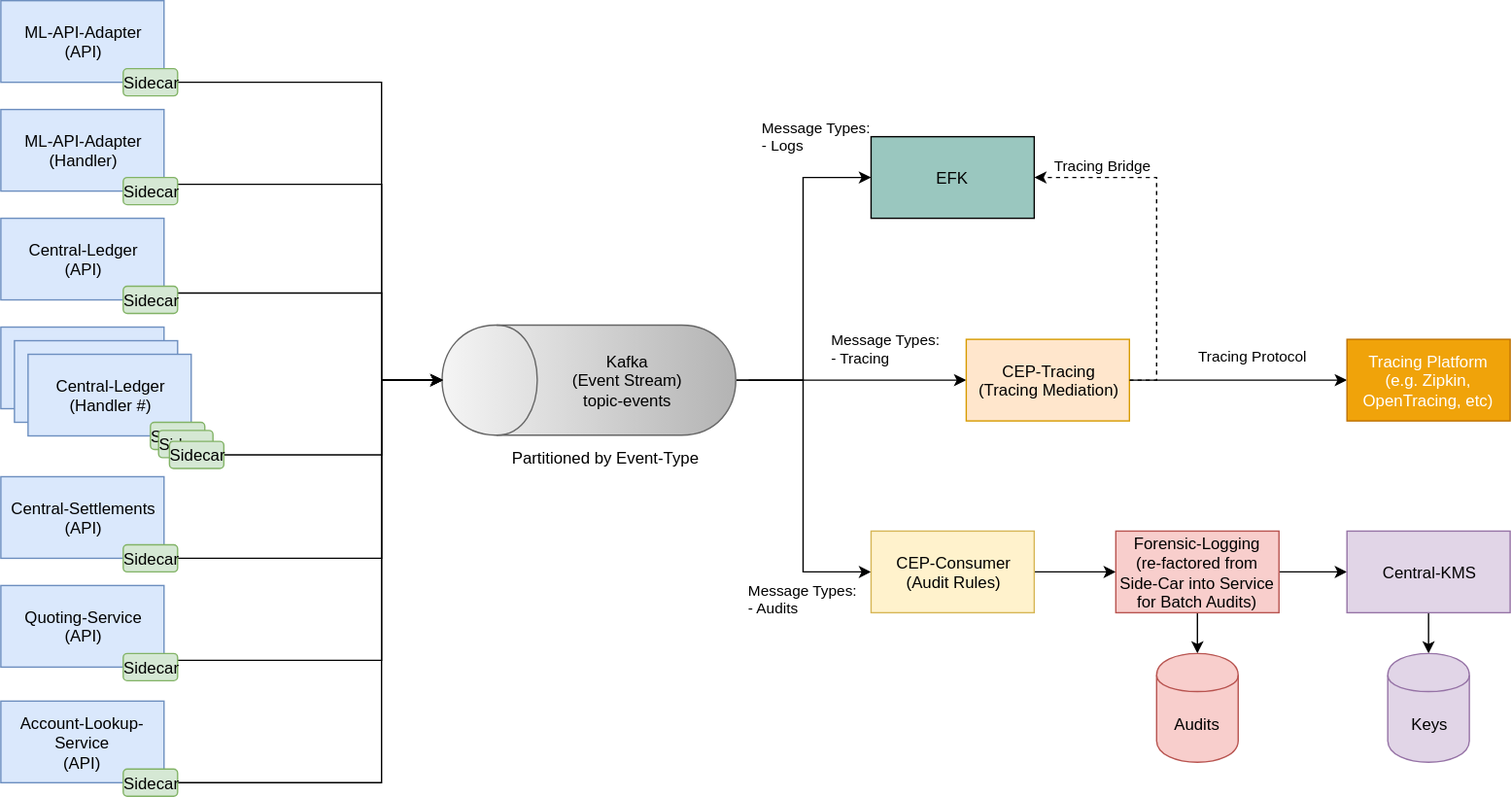
Before: mojaloop-technical-overview/event-framework/assets/diagrams/architecture/architecture-event-framework.svg, a diagram exported from draw.io (mojaloop/documentation). Source tidied: cells renumbered, new cells last; positions are measured from the earlier drawing's top-left corner, leaving out a move shared by most shapes.
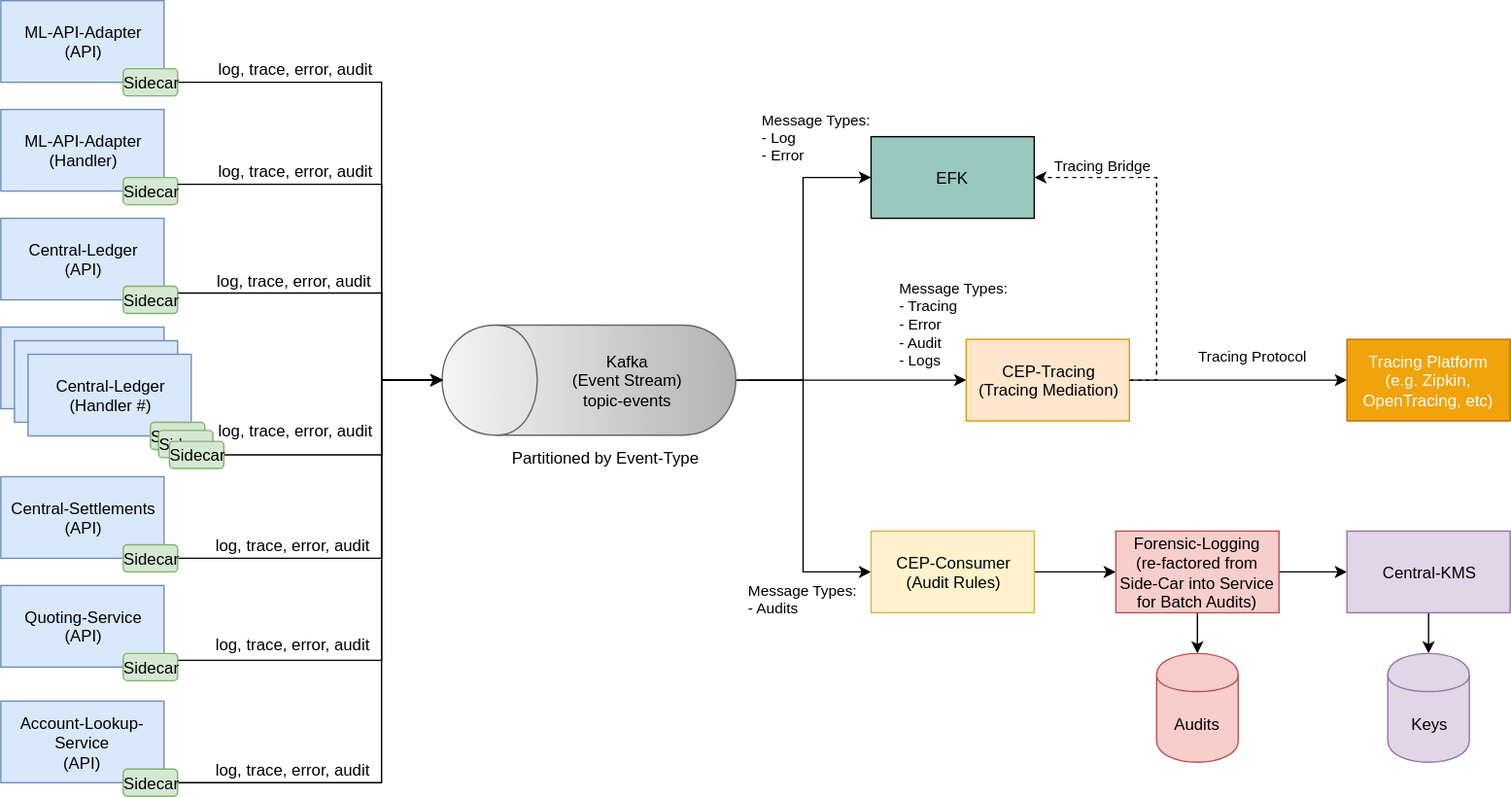
The same file after the commit.

Commit message:
updated event arch

The edit, as a diff of the source:
```diff
@@ -40,7 +40,7 @@
     <mxCell id="12" value="&lt;div style=&quot;text-align: left&quot;&gt;Message Types:&lt;/div&gt;&lt;div style=&quot;text-align: left&quot;&gt;- Audits&lt;/div&gt;" style="edgeStyle=orthogonalEdgeStyle;rounded=0;jettySize=auto;html=1;exitX=0.5;exitY=1;exitDx=0;exitDy=0;entryX=0;entryY=0.5;entryDx=0;entryDy=0;" parent="1" edge="1" source="16" target="39">
       <mxGeometry x="0.58" y="-20" relative="1" as="geometry" />
     </mxCell>
-    <mxCell id="13" value="&lt;div style=&quot;text-align: left&quot;&gt;Message Types:&lt;/div&gt;&lt;div style=&quot;text-align: left&quot;&gt;- Logs&lt;/div&gt;" style="edgeStyle=orthogonalEdgeStyle;rounded=0;jettySize=auto;html=1;exitX=0.5;exitY=1;exitDx=0;exitDy=0;entryX=0;entryY=0.5;entryDx=0;entryDy=0;" parent="1" edge="1" source="16" target="41">
+    <mxCell id="13" value="&lt;div style=&quot;text-align: left&quot;&gt;Message Types:&lt;/div&gt;&lt;div style=&quot;text-align: left&quot;&gt;- Log&lt;/div&gt;&lt;div style=&quot;text-align: left&quot;&gt;- Error&lt;/div&gt;" style="edgeStyle=orthogonalEdgeStyle;rounded=0;jettySize=auto;html=1;exitX=0.5;exitY=1;exitDx=0;exitDy=0;entryX=0;entryY=0.5;entryDx=0;entryDy=0;" parent="1" edge="1" source="16" target="41">
       <mxGeometry x="0.68" y="30" relative="1" as="geometry">
         <Array as="points">
           <mxPoint x="590" y="279" />
@@ -143,19 +143,6 @@
     <mxCell id="33" value="Sidecar" style="rounded=1;whiteSpace=wrap;html=1;fillColor=#d5e8d4;strokeColor=#82b366;" parent="1" vertex="1">
       <mxGeometry x="90" y="210" width="40" height="20" as="geometry" />
     </mxCell>
-    <mxCell id="34" style="edgeStyle=orthogonalEdgeStyle;rounded=0;jettySize=auto;html=1;exitX=1;exitY=0.25;exitDx=0;exitDy=0;entryX=0.5;entryY=0;entryDx=0;entryDy=0;" parent="1" edge="1" source="36" target="16">
-      <mxGeometry relative="1" as="geometry">
-        <Array as="points">
-          <mxPoint x="280" y="135" />
-          <mxPoint x="280" y="279" />
-        </Array>
-      </mxGeometry>
-    </mxCell>
-    <mxCell id="35" value="&lt;div style=&quot;text-align: left ; font-size: 8px&quot;&gt;&lt;br&gt;&lt;/div&gt;" style="text;html=1;align=center;verticalAlign=middle;labelBackgroundColor=#ffffff;" parent="34" vertex="1">
-      <mxGeometry x="-0.72" y="2" relative="1" as="geometry">
-        <mxPoint x="-8" y="-13" as="offset" />
-      </mxGeometry>
-    </mxCell>
     <mxCell id="36" value="Sidecar" style="rounded=1;whiteSpace=wrap;html=1;fillColor=#d5e8d4;strokeColor=#82b366;" parent="1" vertex="1">
       <mxGeometry x="90" y="130" width="40" height="20" as="geometry" />
     </mxCell>
@@ -206,9 +193,9 @@
     <mxCell id="51" value="CEP-Tracing&lt;br&gt;(Tracing Mediation)&lt;br&gt;" style="rounded=0;whiteSpace=wrap;html=1;fillColor=#ffe6cc;strokeColor=#d79b00;" parent="1" vertex="1">
       <mxGeometry x="710" y="249" width="120" height="60" as="geometry" />
     </mxCell>
-    <mxCell id="52" value="&lt;div style=&quot;text-align: left ; font-size: 11px&quot;&gt;&lt;font style=&quot;font-size: 11px&quot;&gt;Message Types:&lt;/font&gt;&lt;/div&gt;&lt;div style=&quot;text-align: left ; font-size: 11px&quot;&gt;&lt;font style=&quot;font-size: 11px&quot;&gt;- Tracing&lt;/font&gt;&lt;/div&gt;" style="text;html=1;align=center;verticalAlign=middle;labelBackgroundColor=none;" parent="1" vertex="1">
+    <mxCell id="52" value="&lt;div style=&quot;text-align: left ; font-size: 11px&quot;&gt;&lt;font style=&quot;font-size: 11px&quot;&gt;Message Types:&lt;/font&gt;&lt;/div&gt;&lt;div style=&quot;text-align: left ; font-size: 11px&quot;&gt;&lt;font style=&quot;font-size: 11px&quot;&gt;- Tracing&lt;/font&gt;&lt;/div&gt;&lt;div style=&quot;text-align: left ; font-size: 11px&quot;&gt;&lt;font style=&quot;font-size: 11px&quot;&gt;- Error&lt;/font&gt;&lt;/div&gt;&lt;div style=&quot;text-align: left ; font-size: 11px&quot;&gt;- Audit&lt;/div&gt;&lt;div style=&quot;text-align: left ; font-size: 11px&quot;&gt;- Logs&lt;/div&gt;" style="text;html=1;align=center;verticalAlign=middle;labelBackgroundColor=none;" parent="1" vertex="1">
       <mxGeometry x="940" y="280" as="geometry">
-        <mxPoint x="-290" y="-25" as="offset" />
+        <mxPoint x="-240" y="-43" as="offset" />
       </mxGeometry>
     </mxCell>
     <mxCell id="53" style="edgeStyle=orthogonalEdgeStyle;rounded=0;jettySize=auto;html=1;exitX=1;exitY=0.5;exitDx=0;exitDy=0;entryX=1;entryY=0.5;entryDx=0;entryDy=0;dashed=1;" parent="1" edge="1" source="51" target="41">
@@ -219,5 +206,39 @@
         <mxPoint x="-39" y="-33" as="offset" />
       </mxGeometry>
     </mxCell>
+    <mxCell id="55" value="&lt;div style=&quot;text-align: left&quot;&gt;log, trace, error, audit&lt;/div&gt;" style="text;html=1;strokeColor=none;fillColor=none;align=center;verticalAlign=middle;whiteSpace=wrap;rounded=0;" parent="1" vertex="1">
+      <mxGeometry x="122" y="40" width="190" height="20" as="geometry" />
+    </mxCell>
+    <mxCell id="56" value="&lt;div style=&quot;text-align: left&quot;&gt;log, trace, error, audit&lt;/div&gt;" style="text;html=1;strokeColor=none;fillColor=none;align=center;verticalAlign=middle;whiteSpace=wrap;rounded=0;" parent="1" vertex="1">
+      <mxGeometry x="122" y="306" width="190" height="20" as="geometry" />
+    </mxCell>
+    <mxCell id="57" value="&lt;div style=&quot;text-align: left&quot;&gt;log, trace, error, audit&lt;/div&gt;" style="text;html=1;strokeColor=none;fillColor=none;align=center;verticalAlign=middle;whiteSpace=wrap;rounded=0;" parent="1" vertex="1">
+      <mxGeometry x="121" y="196" width="190" height="20" as="geometry" />
+    </mxCell>
+    <mxCell id="58" value="&lt;div style=&quot;text-align: left&quot;&gt;log, trace, error, audit&lt;/div&gt;" style="text;html=1;strokeColor=none;fillColor=none;align=center;verticalAlign=middle;whiteSpace=wrap;rounded=0;" parent="1" vertex="1">
+      <mxGeometry x="122" y="115" width="190" height="20" as="geometry" />
+    </mxCell>
+    <mxCell id="34" style="edgeStyle=orthogonalEdgeStyle;rounded=0;jettySize=auto;html=1;exitX=1;exitY=0.25;exitDx=0;exitDy=0;entryX=0.5;entryY=0;entryDx=0;entryDy=0;" parent="1" edge="1" source="36" target="16">
+      <mxGeometry relative="1" as="geometry">
+        <Array as="points">
+          <mxPoint x="280" y="135" />
+          <mxPoint x="280" y="279" />
+        </Array>
+      </mxGeometry>
+    </mxCell>
+    <mxCell id="59" value="&lt;div style=&quot;text-align: left ; font-size: 8px&quot;&gt;&lt;br&gt;&lt;/div&gt;" style="text;html=1;align=center;verticalAlign=middle;labelBackgroundColor=#ffffff;" parent="34" vertex="1">
+      <mxGeometry x="-0.72" y="2" relative="1" as="geometry">
+        <mxPoint x="-8" y="-13" as="offset" />
+      </mxGeometry>
+    </mxCell>
+    <mxCell id="60" value="&lt;div style=&quot;text-align: left&quot;&gt;log, trace, error, audit&lt;/div&gt;" style="text;html=1;strokeColor=none;fillColor=none;align=center;verticalAlign=middle;whiteSpace=wrap;rounded=0;" parent="1" vertex="1">
+      <mxGeometry x="120" y="390" width="190" height="20" as="geometry" />
+    </mxCell>
+    <mxCell id="61" value="&lt;div style=&quot;text-align: left&quot;&gt;log, trace, error, audit&lt;/div&gt;" style="text;html=1;strokeColor=none;fillColor=none;align=center;verticalAlign=middle;whiteSpace=wrap;rounded=0;" parent="1" vertex="1">
+      <mxGeometry x="120" y="463" width="190" height="20" as="geometry" />
+    </mxCell>
+    <mxCell id="62" value="&lt;div style=&quot;text-align: left&quot;&gt;log, trace, error, audit&lt;/div&gt;" style="text;html=1;strokeColor=none;fillColor=none;align=center;verticalAlign=middle;whiteSpace=wrap;rounded=0;" parent="1" vertex="1">
+      <mxGeometry x="120" y="555" width="190" height="20" as="geometry" />
+    </mxCell>
   </root>
 </mxGraphModel>
```
